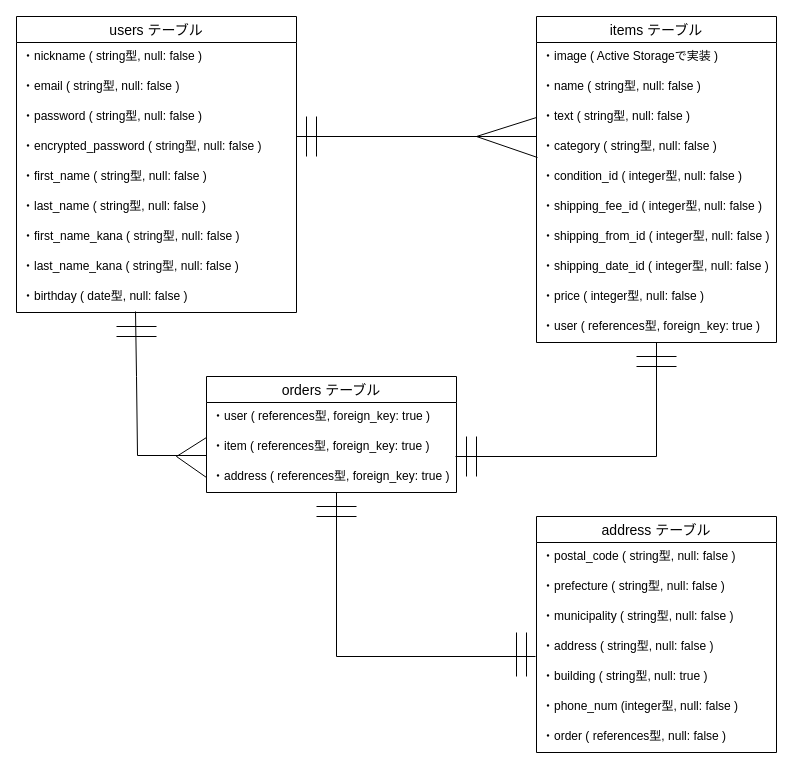
Above: ER.dio in O-DAIKI/furima-31699 (draw.io), before the change. Source tidied: cells renumbered, new cells numbered last; positions are measured from the earlier drawing's top-left corner, leaving out a move shared by most shapes. Both pictures are drawn from the tidied source at 100%, with x=0, y=0 at pixel (16, 16).
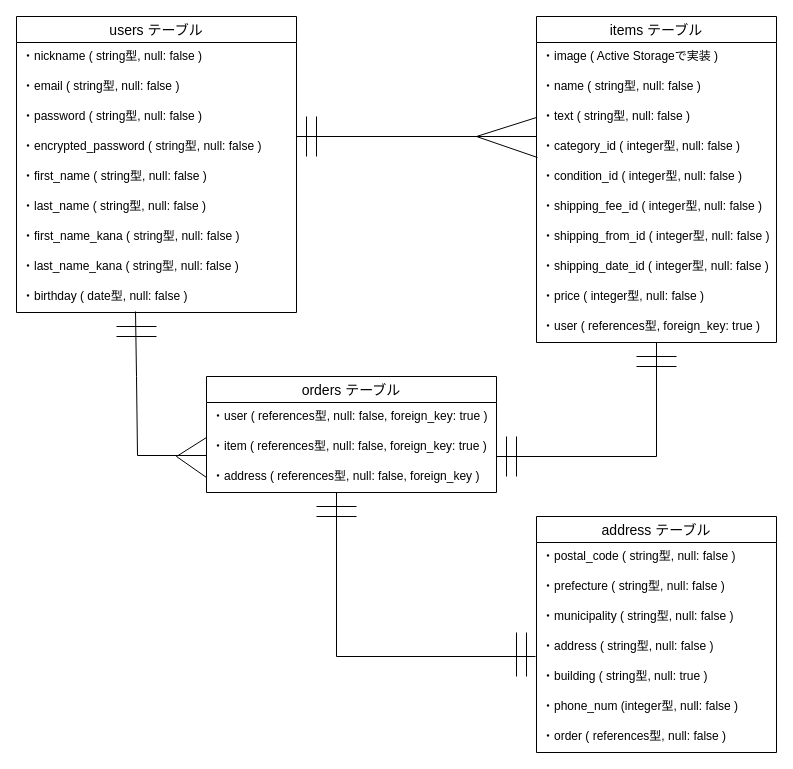
The same diagram, later.

Commit message (it also covers changes not shown here):
データベース設計(指摘箇所の修正)

The change refers to these unchanged cells:
```xml
<mxCell id="12" value="items テーブル" style="swimlane;fontStyle=0;horizontal=1;startSize=26;align=center;fontSize=14;" parent="1" vertex="1">
  <mxGeometry x="520" width="240" height="326" as="geometry" />
</mxCell>
<mxCell id="24" value="・user ( references型, foreign_key: true )" style="text;strokeColor=none;fillColor=none;spacingLeft=4;spacingRight=4;overflow=hidden;points=[[0,0.5],[1,0.5]];portConstraint=eastwest;fontSize=12;" parent="12" vertex="1">
  <mxGeometry y="296" width="240" height="30" as="geometry" />
</mxCell>
```

Change to the diagram source:
```diff
@@
-    <mxCell id="18" value="・category ( string型, null: false )" style="text;strokeColor=none;fillColor=none;spacingLeft=4;spacingRight=4;overflow=hidden;points=[[0,0.5],[1,0.5]];portConstraint=eastwest;fontSize=12;" parent="12" vertex="1">
+    <mxCell id="18" value="・category_id ( integer型, null: false )" style="text;strokeColor=none;fillColor=none;spacingLeft=4;spacingRight=4;overflow=hidden;points=[[0,0.5],[1,0.5]];portConstraint=eastwest;fontSize=12;" parent="12" vertex="1">
       <mxGeometry y="116" width="240" height="30" as="geometry" />
     </mxCell>
@@
     <mxCell id="41" value="orders テーブル" style="swimlane;fontStyle=0;horizontal=1;startSize=26;align=center;fontSize=14;" parent="1" vertex="1">
-      <mxGeometry x="190" y="360" width="250" height="116" as="geometry" />
+      <mxGeometry x="190" y="360" width="290" height="116" as="geometry" />
     </mxCell>
-    <mxCell id="42" value="・user ( references型, foreign_key: true )" style="text;strokeColor=none;fillColor=none;spacingLeft=4;spacingRight=4;overflow=hidden;fontSize=12;" parent="41" vertex="1">
-      <mxGeometry y="26" width="250" height="30" as="geometry" />
+    <mxCell id="42" value="・user ( references型, null: false, foreign_key: true )" style="text;strokeColor=none;fillColor=none;spacingLeft=4;spacingRight=4;overflow=hidden;fontSize=12;" parent="41" vertex="1">
+      <mxGeometry y="26" width="290" height="30" as="geometry" />
     </mxCell>
-    <mxCell id="43" value="・item ( references型, foreign_key: true )" style="text;strokeColor=none;fillColor=none;spacingLeft=4;spacingRight=4;overflow=hidden;points=[[0,0.5],[1,0.5]];portConstraint=eastwest;fontSize=12;" parent="41" vertex="1">
-      <mxGeometry y="56" width="250" height="30" as="geometry" />
+    <mxCell id="43" value="・item ( references型, null: false, foreign_key: true )" style="text;strokeColor=none;fillColor=none;spacingLeft=4;spacingRight=4;overflow=hidden;points=[[0,0.5],[1,0.5]];portConstraint=eastwest;fontSize=12;" parent="41" vertex="1">
+      <mxGeometry y="56" width="290" height="30" as="geometry" />
     </mxCell>
@@
-    <mxCell id="46" value="・address ( references型, foreign_key: true )" style="text;strokeColor=none;fillColor=none;spacingLeft=4;spacingRight=4;overflow=hidden;points=[[0,0.5],[1,0.5]];portConstraint=eastwest;fontSize=12;" parent="41" vertex="1">
-      <mxGeometry y="86" width="250" height="30" as="geometry" />
+    <mxCell id="46" value="・address ( references型, null: false, foreign_key )" style="text;strokeColor=none;fillColor=none;spacingLeft=4;spacingRight=4;overflow=hidden;points=[[0,0.5],[1,0.5]];portConstraint=eastwest;fontSize=12;" parent="41" vertex="1">
+      <mxGeometry y="86" width="290" height="30" as="geometry" />
     </mxCell>
@@
-    <mxCell id="48" style="group;" parent="1" vertex="1">
-      <mxGeometry x="450" y="340" width="210" height="120" as="geometry" />
-    </mxCell>
+    <mxCell id="54" style="endArrow=none;html=1;rounded=0;" parent="1" edge="1">
+      <mxGeometry relative="1" as="geometry">
+        <mxPoint x="300" y="490" as="sourcePoint" />
+        <mxPoint x="340" y="490" as="targetPoint" />
+      </mxGeometry>
+    </mxCell>
+    <mxCell id="55" style="endArrow=none;html=1;rounded=0;" parent="1" edge="1">
+      <mxGeometry relative="1" as="geometry">
+        <mxPoint x="300" y="500" as="sourcePoint" />
+        <mxPoint x="340" y="500" as="targetPoint" />
+      </mxGeometry>
+    </mxCell>
-    <mxCell id="49" style="endArrow=none;html=1;rounded=0;exitX=0.996;exitY=0.8;exitDx=0;exitDy=0;exitPerimeter=0;" parent="48" edge="1" source="43" target="24">
+    <mxCell id="49" style="endArrow=none;html=1;rounded=0;" parent="1" edge="1" target="24">
       <mxGeometry relative="1" as="geometry">
+        <mxPoint x="480" y="440" as="sourcePoint" />
         <Array as="points">
-          <mxPoint x="190" y="100" />
+          <mxPoint x="640" y="440" />
         </Array>
       </mxGeometry>
     </mxCell>
-    <mxCell id="50" style="endArrow=none;html=1;rounded=0;" parent="48" edge="1">
+    <mxCell id="50" style="endArrow=none;html=1;rounded=0;" parent="1" edge="1">
       <mxGeometry relative="1" as="geometry">
-        <mxPoint y="80" as="sourcePoint" />
-        <mxPoint y="120" as="targetPoint" />
+        <mxPoint x="500" y="420" as="sourcePoint" />
+        <mxPoint x="500" y="460" as="targetPoint" />
       </mxGeometry>
     </mxCell>
-    <mxCell id="51" style="endArrow=none;html=1;rounded=0;" parent="48" edge="1">
+    <mxCell id="51" style="endArrow=none;html=1;rounded=0;" parent="1" edge="1">
       <mxGeometry relative="1" as="geometry">
-        <mxPoint x="10" y="80" as="sourcePoint" />
-        <mxPoint x="10" y="120" as="targetPoint" />
+        <mxPoint x="490" y="420" as="sourcePoint" />
+        <mxPoint x="490" y="460" as="targetPoint" />
       </mxGeometry>
     </mxCell>
-    <mxCell id="52" style="endArrow=none;html=1;rounded=0;" parent="48" edge="1">
+    <mxCell id="52" style="endArrow=none;html=1;rounded=0;" parent="1" edge="1">
       <mxGeometry relative="1" as="geometry">
-        <mxPoint x="210" as="sourcePoint" />
-        <mxPoint x="170" as="targetPoint" />
+        <mxPoint x="660" y="340" as="sourcePoint" />
+        <mxPoint x="620" y="340" as="targetPoint" />
       </mxGeometry>
     </mxCell>
-    <mxCell id="53" style="endArrow=none;html=1;rounded=0;" parent="48" edge="1">
+    <mxCell id="53" style="endArrow=none;html=1;rounded=0;" parent="1" edge="1">
       <mxGeometry relative="1" as="geometry">
-        <mxPoint x="210" y="10" as="sourcePoint" />
-        <mxPoint x="170" y="10" as="targetPoint" />
+        <mxPoint x="660" y="350" as="sourcePoint" />
+        <mxPoint x="620" y="350" as="targetPoint" />
       </mxGeometry>
     </mxCell>
-    <mxCell id="54" style="endArrow=none;html=1;rounded=0;" parent="1" edge="1">
-      <mxGeometry relative="1" as="geometry">
-        <mxPoint x="300" y="490" as="sourcePoint" />
-        <mxPoint x="340" y="490" as="targetPoint" />
-      </mxGeometry>
-    </mxCell>
-    <mxCell id="55" style="endArrow=none;html=1;rounded=0;" parent="1" edge="1">
-      <mxGeometry relative="1" as="geometry">
-        <mxPoint x="300" y="500" as="sourcePoint" />
-        <mxPoint x="340" y="500" as="targetPoint" />
-      </mxGeometry>
-    </mxCell>
```
